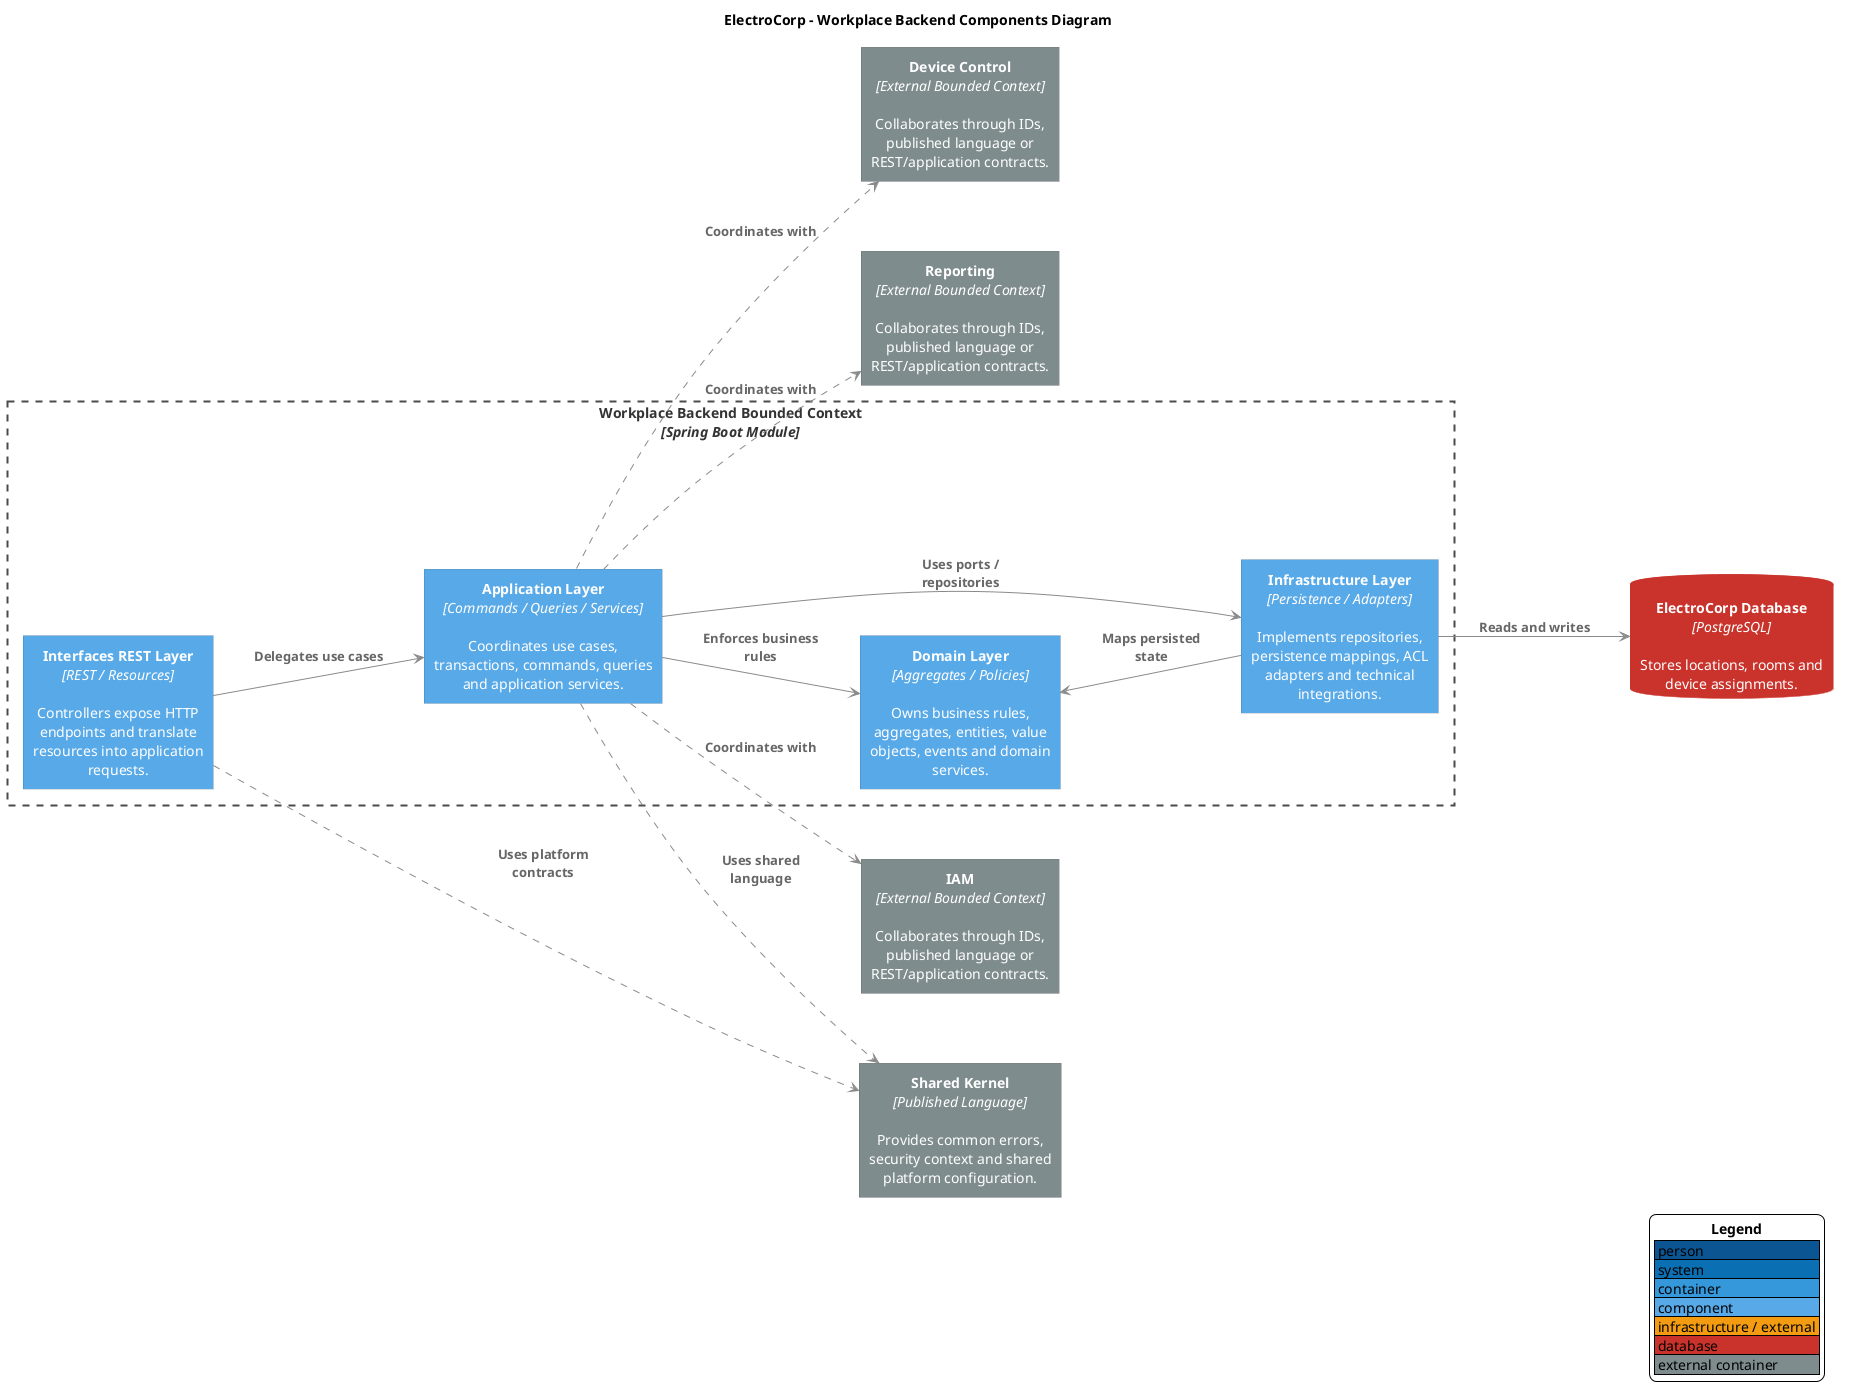
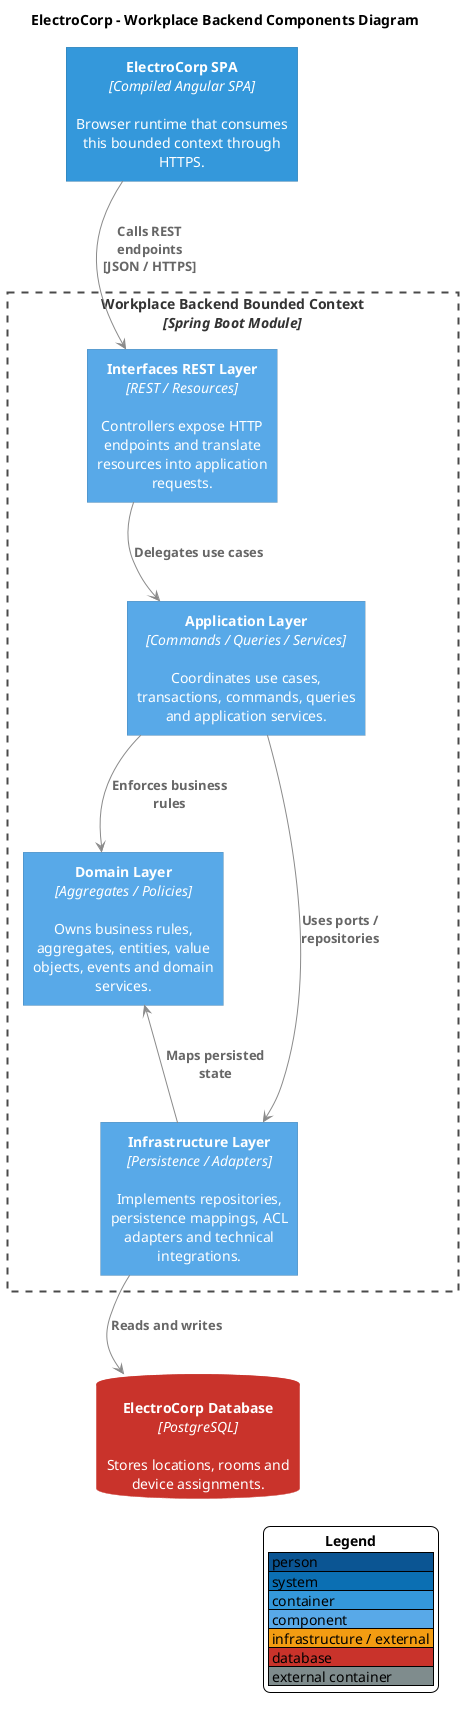
@startuml
skinparam backgroundColor #FFFFFF
skinparam shadowing false
skinparam defaultFontName Arial
skinparam defaultTextAlignment center
skinparam wrapWidth 220
skinparam maxMessageSize 130
skinparam nodesep 70
skinparam ranksep 80
skinparam ArrowColor #8A8A8A
skinparam ArrowFontColor #666666
skinparam ArrowFontStyle bold
skinparam ArrowThickness 1
skinparam rectangleRoundCorner 0
skinparam rectangleBorderThickness 0
skinparam rectangleFontColor #FFFFFF
skinparam rectangleFontStyle plain
skinparam rectangle {
  BorderThickness 0
  MinimumWidth 190
  Padding 12
}
skinparam database {
  MinimumWidth 210
  Padding 12
}
skinparam rectangle<<SystemBoundary>> {
  BackgroundColor transparent
  BorderColor #4A4A4A
  BorderThickness 2
  BorderStyle dashed
  FontColor #333333
  FontStyle bold
  MinimumWidth 760
  Padding 18
}
skinparam rectangle<<BoundedContext>> {
  BackgroundColor transparent
  BorderColor #4A4A4A
  BorderThickness 2
  BorderStyle dashed
  FontColor #333333
  FontStyle bold
  MinimumWidth 760
  Padding 18
}
skinparam databaseBackgroundColor #C9332B
skinparam databaseBorderColor #C9332B
skinparam databaseFontColor #FFFFFF
skinparam databaseFontStyle plain
hide stereotype
- left to right direction
+ top to bottom direction

title ElectroCorp - Workplace Backend Components Diagram
+ 
+ rectangle "<b>ElectroCorp SPA</b>\n<i>[Compiled Angular SPA]</i>\n\nBrowser runtime that consumes this bounded context through HTTPS." as Spa #3498DB

rectangle "<b>Workplace Backend Bounded Context</b>\n<i>[Spring Boot Module]</i>" <<BoundedContext>> {
  rectangle "<b>Interfaces REST Layer</b>\n<i>[REST / Resources]</i>\n\nControllers expose HTTP endpoints and translate resources into application requests." as Interfaces #58A9E8
  rectangle "<b>Application Layer</b>\n<i>[Commands / Queries / Services]</i>\n\nCoordinates use cases, transactions, commands, queries and application services." as Application #58A9E8
  rectangle "<b>Domain Layer</b>\n<i>[Aggregates / Policies]</i>\n\nOwns business rules, aggregates, entities, value objects, events and domain services." as Domain #58A9E8
  rectangle "<b>Infrastructure Layer</b>\n<i>[Persistence / Adapters]</i>\n\nImplements repositories, persistence mappings, ACL adapters and technical integrations." as Infrastructure #58A9E8
}
database "<b>ElectroCorp Database</b>\n<i>[PostgreSQL]</i>\n\nStores locations, rooms and device assignments." as Database
- rectangle "<b>Shared Kernel</b>\n<i>[Published Language]</i>\n\nProvides common errors, security context and shared platform configuration." as Shared #7F8C8D
- rectangle "<b>IAM</b>\n<i>[External Bounded Context]</i>\n\nCollaborates through IDs, published language or REST/application contracts." as Dep0 #7F8C8D
- rectangle "<b>Device Control</b>\n<i>[External Bounded Context]</i>\n\nCollaborates through IDs, published language or REST/application contracts." as Dep1 #7F8C8D
- rectangle "<b>Reporting</b>\n<i>[External Bounded Context]</i>\n\nCollaborates through IDs, published language or REST/application contracts." as Dep2 #7F8C8D

+ Spa --> Interfaces : Calls REST endpoints\n[JSON / HTTPS]
Interfaces --> Application : Delegates use cases
Application --> Domain : Enforces business rules
Application --> Infrastructure : Uses ports / repositories
Infrastructure --> Domain : Maps persisted state
Infrastructure --> Database : Reads and writes
- Interfaces ..> Shared : Uses platform contracts
- Application ..> Shared : Uses shared language
- Application ..> Dep0 : Coordinates with
- Application ..> Dep1 : Coordinates with
- Application ..> Dep2 : Coordinates with

- Interfaces -[hidden]right- Application
- Application -[hidden]right- Domain
+ Spa -[hidden]down- Interfaces
+ Interfaces -[hidden]down- Application
+ Application -[hidden]down- Domain
Domain -[hidden]right- Infrastructure
+ Infrastructure -[hidden]down- Database

legend right
  <b>Legend</b>
  |<#0B5593> person |
  |<#0B6FB3> system |
  |<#3498DB> container |
  |<#58A9E8> component |
  |<#F39C12> infrastructure / external |
  |<#C9332B> database |
  |<#7F8C8D> external container |
endlegend

@enduml
